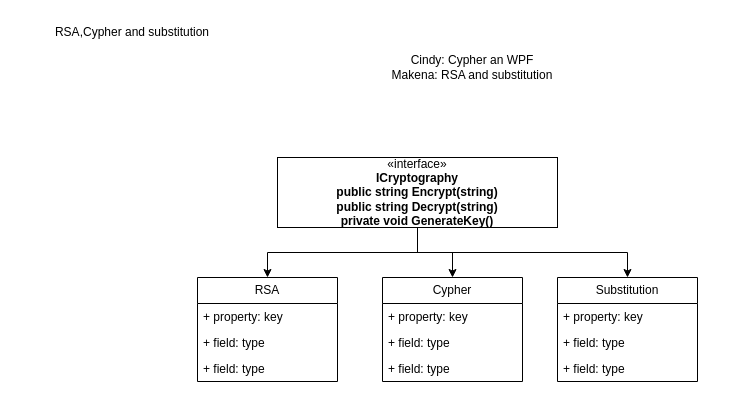
Above: ClassDiagramCryptography.drawio in Cindy-Coulibaly/Security_Project (draw.io), before the change. Source tidied: cells renumbered, new cells numbered last; positions are measured from the earlier drawing's top-left corner, leaving out a move shared by most shapes. Both pictures are drawn from the tidied source at 100%, with x=0, y=0 at pixel (17, 17).
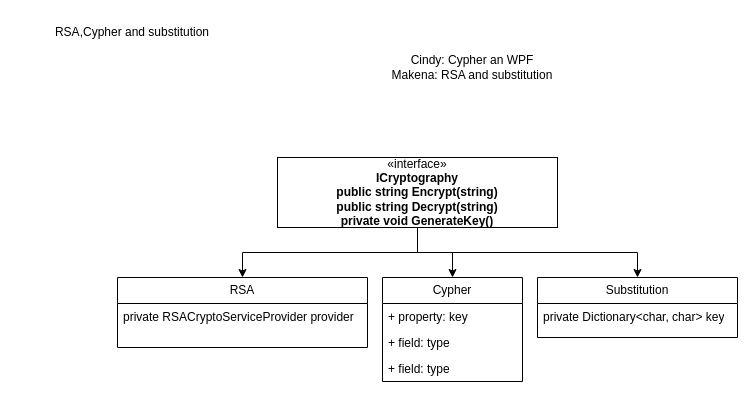
After the change.

What changed in the source:
```diff
@@
 <mxGraphModel>
   <root>
     <mxCell id="0" />
     <mxCell id="1" parent="0" />
     <mxCell id="2" value="RSA,Cypher and substitution" style="text;html=1;strokeColor=none;fillColor=none;align=center;verticalAlign=middle;whiteSpace=wrap;rounded=0;" parent="1" vertex="1">
       <mxGeometry width="230" height="30" as="geometry" />
     </mxCell>
     <mxCell id="3" value="Cindy: Cypher an WPF&lt;br&gt;Makena: RSA and substitution" style="text;html=1;strokeColor=none;fillColor=none;align=center;verticalAlign=middle;whiteSpace=wrap;rounded=0;" parent="1" vertex="1">
       <mxGeometry x="320" width="270" height="100" as="geometry" />
     </mxCell>
     <mxCell id="4" style="edgeStyle=orthogonalEdgeStyle;rounded=0;jettySize=auto;html=1;exitX=0.5;exitY=1;exitDx=0;exitDy=0;entryX=0.5;entryY=0;entryDx=0;entryDy=0;" parent="1" edge="1" source="7" target="8">
       <mxGeometry relative="1" as="geometry" />
     </mxCell>
     <mxCell id="5" style="edgeStyle=orthogonalEdgeStyle;rounded=0;jettySize=auto;html=1;exitX=0.5;exitY=1;exitDx=0;exitDy=0;entryX=0.5;entryY=0;entryDx=0;entryDy=0;" parent="1" edge="1" source="7" target="12">
       <mxGeometry relative="1" as="geometry" />
     </mxCell>
     <mxCell id="6" style="edgeStyle=orthogonalEdgeStyle;rounded=0;jettySize=auto;html=1;exitX=0.5;exitY=1;exitDx=0;exitDy=0;entryX=0.5;entryY=0;entryDx=0;entryDy=0;" parent="1" edge="1" source="7" target="16">
       <mxGeometry relative="1" as="geometry" />
     </mxCell>
     <mxCell id="7" value="«interface»&lt;br&gt;&lt;b&gt;ICryptography&lt;br&gt;public string Encrypt(string)&lt;br&gt;public string Decrypt(string)&lt;br&gt;private void GenerateKey()&lt;br&gt;&lt;/b&gt;" style="html=1;whiteSpace=wrap;" parent="1" vertex="1">
       <mxGeometry x="260" y="140" width="280" height="70" as="geometry" />
     </mxCell>
     <mxCell id="8" value="RSA" style="swimlane;fontStyle=0;horizontal=1;startSize=26;fillColor=none;whiteSpace=wrap;html=1;" parent="1" vertex="1">
-      <mxGeometry x="180" y="260" width="140" height="104" as="geometry" />
+      <mxGeometry x="100" y="260" width="250" height="70" as="geometry" />
     </mxCell>
-    <mxCell id="9" value="+ property: key" style="text;strokeColor=none;fillColor=none;align=left;verticalAlign=top;spacingLeft=4;spacingRight=4;overflow=hidden;whiteSpace=wrap;html=1;" parent="8" vertex="1">
-      <mxGeometry y="26" width="140" height="26" as="geometry" />
+    <mxCell id="9" value="private RSACryptoServiceProvider provider" style="text;strokeColor=none;fillColor=none;align=left;verticalAlign=top;spacingLeft=4;spacingRight=4;overflow=hidden;whiteSpace=wrap;html=1;" parent="8" vertex="1">
+      <mxGeometry y="26" width="250" height="44" as="geometry" />
     </mxCell>
-    <mxCell id="10" value="+ field: type" style="text;strokeColor=none;fillColor=none;align=left;verticalAlign=top;spacingLeft=4;spacingRight=4;overflow=hidden;whiteSpace=wrap;html=1;" parent="8" vertex="1">
-      <mxGeometry y="52" width="140" height="26" as="geometry" />
-    </mxCell>
-    <mxCell id="11" value="+ field: type" style="text;strokeColor=none;fillColor=none;align=left;verticalAlign=top;spacingLeft=4;spacingRight=4;overflow=hidden;whiteSpace=wrap;html=1;" parent="8" vertex="1">
-      <mxGeometry y="78" width="140" height="26" as="geometry" />
-    </mxCell>
     <mxCell id="12" value="Cypher" style="swimlane;fontStyle=0;horizontal=1;startSize=26;fillColor=none;whiteSpace=wrap;html=1;" parent="1" vertex="1">
       <mxGeometry x="365" y="260" width="140" height="104" as="geometry" />
     </mxCell>
     <mxCell id="13" value="+ property: key" style="text;strokeColor=none;fillColor=none;align=left;verticalAlign=top;spacingLeft=4;spacingRight=4;overflow=hidden;whiteSpace=wrap;html=1;" parent="12" vertex="1">
       <mxGeometry y="26" width="140" height="26" as="geometry" />
     </mxCell>
     <mxCell id="14" value="+ field: type" style="text;strokeColor=none;fillColor=none;align=left;verticalAlign=top;spacingLeft=4;spacingRight=4;overflow=hidden;whiteSpace=wrap;html=1;" parent="12" vertex="1">
       <mxGeometry y="52" width="140" height="26" as="geometry" />
     </mxCell>
     <mxCell id="15" value="+ field: type" style="text;strokeColor=none;fillColor=none;align=left;verticalAlign=top;spacingLeft=4;spacingRight=4;overflow=hidden;whiteSpace=wrap;html=1;" parent="12" vertex="1">
       <mxGeometry y="78" width="140" height="26" as="geometry" />
     </mxCell>
     <mxCell id="16" value="Substitution" style="swimlane;fontStyle=0;horizontal=1;startSize=26;fillColor=none;whiteSpace=wrap;html=1;" parent="1" vertex="1">
-      <mxGeometry x="540" y="260" width="140" height="104" as="geometry" />
+      <mxGeometry x="520" y="260" width="200" height="60" as="geometry" />
     </mxCell>
-    <mxCell id="17" value="+ property: key" style="text;strokeColor=none;fillColor=none;align=left;verticalAlign=top;spacingLeft=4;spacingRight=4;overflow=hidden;whiteSpace=wrap;html=1;" parent="16" vertex="1">
-      <mxGeometry y="26" width="140" height="26" as="geometry" />
+    <mxCell id="17" value="private Dictionary&amp;lt;char, char&amp;gt; key" style="text;strokeColor=none;fillColor=none;align=left;verticalAlign=top;spacingLeft=4;spacingRight=4;overflow=hidden;whiteSpace=wrap;html=1;" parent="16" vertex="1">
+      <mxGeometry y="26" width="200" height="34" as="geometry" />
     </mxCell>
-    <mxCell id="18" value="+ field: type" style="text;strokeColor=none;fillColor=none;align=left;verticalAlign=top;spacingLeft=4;spacingRight=4;overflow=hidden;whiteSpace=wrap;html=1;" parent="16" vertex="1">
-      <mxGeometry y="52" width="140" height="26" as="geometry" />
-    </mxCell>
-    <mxCell id="19" value="+ field: type" style="text;strokeColor=none;fillColor=none;align=left;verticalAlign=top;spacingLeft=4;spacingRight=4;overflow=hidden;whiteSpace=wrap;html=1;" parent="16" vertex="1">
-      <mxGeometry y="78" width="140" height="26" as="geometry" />
-    </mxCell>
   </root>
 </mxGraphModel>
```
